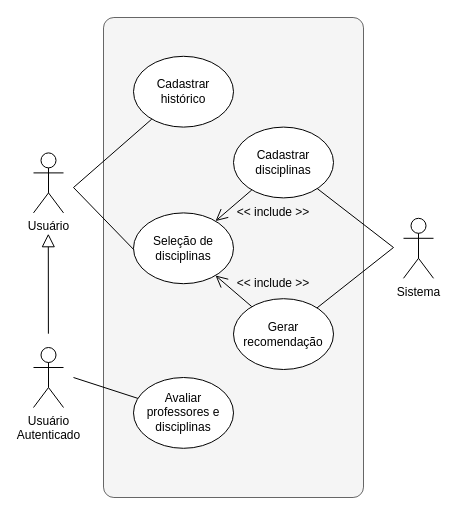
This is figuras/casos-uso.drawio from Leinadium/puc-tcc-disciplinas, a draw.io file, before an edit. Source tidied: cells renumbered, new cells numbered last; positions are measured from the earlier drawing's top-left corner, leaving out a move shared by most shapes. Both pictures are drawn from the tidied source at 100%, with x=0, y=0 at pixel (33, 17).
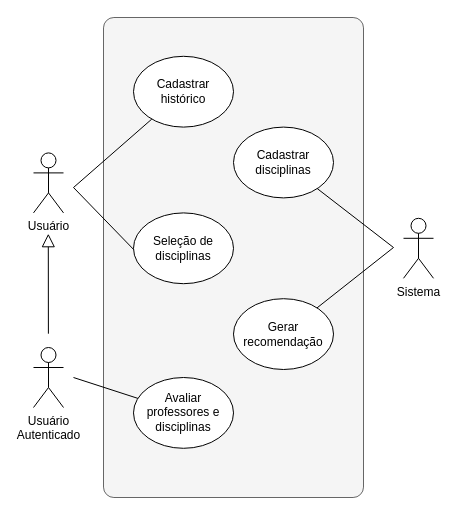
The same diagram, later.

Unchanged cells that the change refers to:
```xml
<mxCell id="10" value="&lt;div&gt;Cadastrar disciplinas&lt;/div&gt;" style="ellipse;whiteSpace=wrap;html=1;" parent="1" vertex="1">
  <mxGeometry x="200" y="109.6" width="100" height="70.8" as="geometry" />
</mxCell>
<mxCell id="12" value="&lt;div&gt;Gerar recomendação&lt;br&gt;&lt;/div&gt;" style="ellipse;whiteSpace=wrap;html=1;" parent="1" vertex="1">
  <mxGeometry x="200" y="281.2" width="100" height="70.8" as="geometry" />
</mxCell>
<mxCell id="13" value="&lt;div&gt;Seleção de disciplinas&lt;br&gt;&lt;/div&gt;" style="ellipse;whiteSpace=wrap;html=1;" parent="1" vertex="1">
  <mxGeometry x="100" y="195.4" width="100" height="70.8" as="geometry" />
</mxCell>
```

Change to the diagram source:
```diff
@@
-    <mxCell id="8" value="&amp;lt;&amp;lt; include &amp;gt;&amp;gt;" style="text;html=1;strokeColor=none;fillColor=none;align=center;verticalAlign=middle;whiteSpace=wrap;rounded=0;" parent="1" vertex="1">
-      <mxGeometry x="200" y="180.4" width="80" height="30" as="geometry" />
-    </mxCell>
-    <mxCell id="9" style="rounded=0;jettySize=auto;html=1;endArrow=open;endFill=0;startSize=6;endSize=10;" parent="1" edge="1" source="10" target="13">
-      <mxGeometry relative="1" as="geometry" />
-    </mxCell>
@@
-    <mxCell id="11" style="rounded=0;jettySize=auto;html=1;endArrow=open;endFill=0;endSize=10;startSize=6;" parent="1" edge="1" source="12" target="13">
-      <mxGeometry relative="1" as="geometry" />
-    </mxCell>
@@
-    <mxCell id="20" value="&amp;lt;&amp;lt; include &amp;gt;&amp;gt;" style="text;html=1;strokeColor=none;fillColor=none;align=center;verticalAlign=middle;whiteSpace=wrap;rounded=0;" parent="1" vertex="1">
-      <mxGeometry x="200" y="251.2" width="80" height="30" as="geometry" />
-    </mxCell>
```
